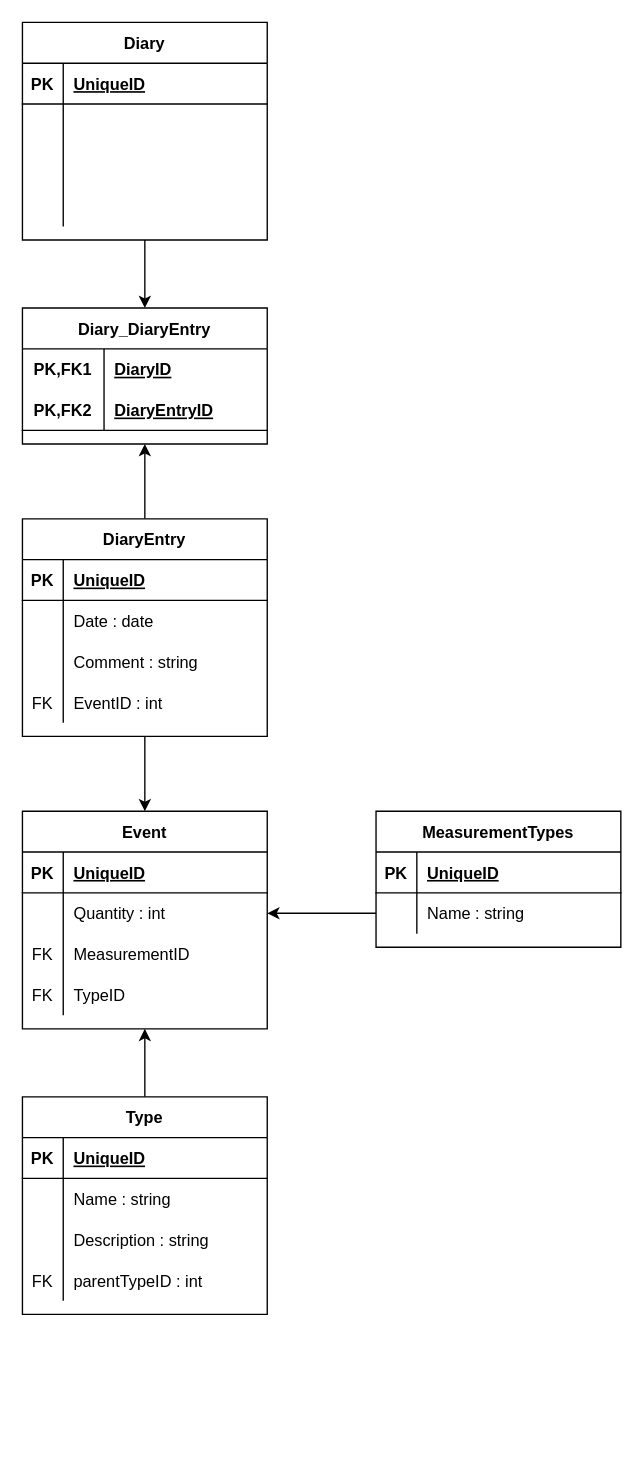
This is Untitled Diagram.drawio from FrauMauz/diagrams, a draw.io file, before an edit. Source tidied: cells renumbered, new cells numbered last; positions are measured from the earlier drawing's top-left corner, leaving out a move shared by most shapes. Both pictures are drawn from the tidied source at 136%, with x=0, y=0 at pixel (22, 22).
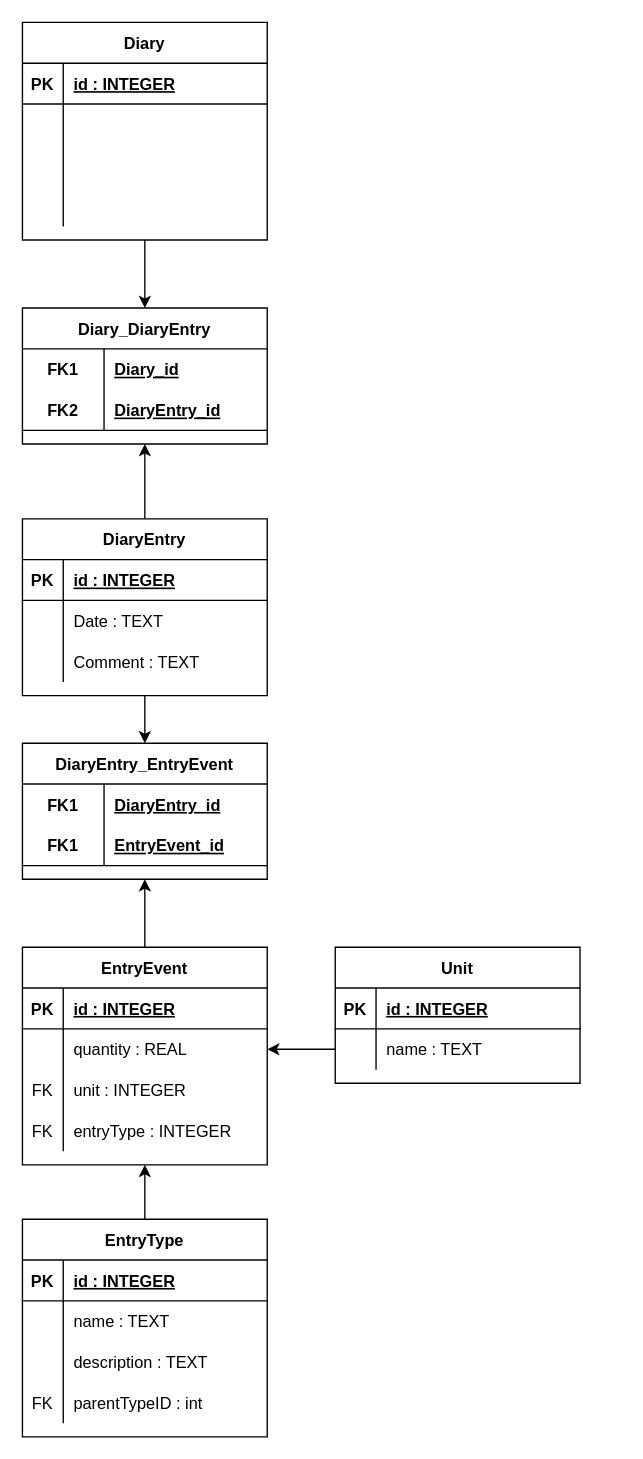
The same diagram, later.

Commit message:
updated names and types

Unchanged cells that the change refers to:
```xml
<mxCell id="4" style="shape=partialRectangle;fillColor=none;top=0;left=0;bottom=1;right=0;" parent="3" vertex="1">
  <mxGeometry y="30" width="180" height="30" as="geometry" />
</mxCell>
<mxCell id="19" style="shape=partialRectangle;fillColor=none;top=0;left=0;bottom=1;right=0;" parent="18" vertex="1">
  <mxGeometry y="30" width="180" height="30" as="geometry" />
</mxCell>
<mxCell id="22" style="shape=partialRectangle;fillColor=none;top=0;left=0;bottom=0;right=0;" parent="18" vertex="1">
  <mxGeometry y="60" width="180" height="30" as="geometry" />
</mxCell>
<mxCell id="25" style="shape=partialRectangle;fillColor=none;top=0;left=0;bottom=0;right=0;" parent="18" vertex="1">
  <mxGeometry y="90" width="180" height="30" as="geometry" />
</mxCell>
<mxCell id="32" style="shape=partialRectangle;fillColor=none;top=0;left=0;bottom=1;right=0;" parent="31" vertex="1">
  <mxGeometry y="30" width="180" height="30" as="geometry" />
</mxCell>
<mxCell id="35" style="shape=partialRectangle;fillColor=none;top=0;left=0;bottom=0;right=0;points=[[0,0.5],[1,0.5]];portConstraint=eastwest;" parent="31" vertex="1">
  <mxGeometry y="60" width="180" height="30" as="geometry" />
</mxCell>
<mxCell id="38" style="shape=partialRectangle;fillColor=none;top=0;left=0;bottom=0;right=0;" parent="31" vertex="1">
  <mxGeometry y="90" width="180" height="30" as="geometry" />
</mxCell>
<mxCell id="41" style="shape=partialRectangle;fillColor=none;top=0;left=0;bottom=0;right=0;" parent="31" vertex="1">
  <mxGeometry y="120" width="180" height="30" as="geometry" />
</mxCell>
<mxCell id="46" style="shape=partialRectangle;fillColor=none;top=0;left=0;bottom=1;right=0;" parent="45" vertex="1">
  <mxGeometry y="30" width="180" height="30" as="geometry" />
</mxCell>
<mxCell id="49" style="shape=partialRectangle;fillColor=none;top=0;left=0;bottom=0;right=0;" parent="45" vertex="1">
  <mxGeometry y="60" width="180" height="30" as="geometry" />
</mxCell>
<mxCell id="52" style="shape=partialRectangle;fillColor=none;top=0;left=0;bottom=0;right=0;" parent="45" vertex="1">
  <mxGeometry y="90" width="180" height="30" as="geometry" />
</mxCell>
<mxCell id="59" style="shape=partialRectangle;fillColor=none;top=0;left=0;bottom=1;right=0;" parent="58" vertex="1">
  <mxGeometry y="30" width="180" height="30" as="geometry" />
</mxCell>
<mxCell id="62" style="shape=partialRectangle;fillColor=none;top=0;left=0;bottom=0;right=0;points=[[0,0.5],[1,0.5]];portConstraint=eastwest;" parent="58" vertex="1">
  <mxGeometry y="60" width="180" height="30" as="geometry" />
</mxCell>
<mxCell id="67" style="shape=partialRectangle;fillColor=none;top=0;left=0;bottom=0;right=0;" parent="66" vertex="1">
  <mxGeometry y="30" width="180" height="30" as="geometry" />
</mxCell>
<mxCell id="70" style="shape=partialRectangle;fillColor=none;top=0;left=0;bottom=1;right=0;" parent="66" vertex="1">
  <mxGeometry y="60" width="180" height="30" as="geometry" />
</mxCell>
```

The edit, as a diff of the source:
```diff
@@
-    <mxCell id="6" value="UniqueID" style="shape=partialRectangle;fillColor=none;top=0;left=0;bottom=0;right=0;align=left;spacingLeft=6;fontStyle=5;overflow=hidden;" parent="4" vertex="1">
+    <mxCell id="6" value="id : INTEGER" style="shape=partialRectangle;fillColor=none;top=0;left=0;bottom=0;right=0;align=left;spacingLeft=6;fontStyle=5;overflow=hidden;" parent="4" vertex="1">
       <mxGeometry x="30" width="150" height="30" as="geometry" />
     </mxCell>
@@
-    <mxCell id="16" style="edgeStyle=orthogonalEdgeStyle;rounded=0;jettySize=auto;html=1;exitX=0.5;exitY=1;exitDx=0;exitDy=0;entryX=0.5;entryY=0;entryDx=0;entryDy=0;" parent="1" edge="1" source="18" target="31">
-      <mxGeometry relative="1" as="geometry" />
-    </mxCell>
@@
+    <mxCell id="73" style="edgeStyle=orthogonalEdgeStyle;rounded=0;jettySize=auto;html=1;exitX=0.5;exitY=1;exitDx=0;exitDy=0;entryX=0.5;entryY=0;entryDx=0;entryDy=0;" parent="1" edge="1" source="18" target="75">
+      <mxGeometry relative="1" as="geometry" />
+    </mxCell>
     <mxCell id="18" value="DiaryEntry" style="shape=table;startSize=30;childLayout=tableLayout;rowLines=0;fontStyle=1;align=center;" parent="1" vertex="1">
-      <mxGeometry y="365" width="180" height="160" as="geometry" />
+      <mxGeometry y="365" width="180" height="130" as="geometry" />
     </mxCell>
@@
-    <mxCell id="21" value="UniqueID" style="shape=partialRectangle;fillColor=none;top=0;left=0;bottom=0;right=0;align=left;spacingLeft=6;fontStyle=5;overflow=hidden;" parent="19" vertex="1">
+    <mxCell id="21" value="id : INTEGER" style="shape=partialRectangle;fillColor=none;top=0;left=0;bottom=0;right=0;align=left;spacingLeft=6;fontStyle=5;overflow=hidden;" parent="19" vertex="1">
       <mxGeometry x="30" width="150" height="30" as="geometry" />
     </mxCell>
@@
-    <mxCell id="24" value="Date : date" style="shape=partialRectangle;fillColor=none;top=0;left=0;bottom=0;right=0;align=left;spacingLeft=6;overflow=hidden;" parent="22" vertex="1">
+    <mxCell id="24" value="Date : TEXT" style="shape=partialRectangle;fillColor=none;top=0;left=0;bottom=0;right=0;align=left;spacingLeft=6;overflow=hidden;" parent="22" vertex="1">
       <mxGeometry x="30" width="150" height="30" as="geometry" />
     </mxCell>
@@
-    <mxCell id="27" value="Comment : string" style="shape=partialRectangle;fillColor=none;top=0;left=0;bottom=0;right=0;align=left;spacingLeft=6;overflow=hidden;" parent="25" vertex="1">
+    <mxCell id="27" value="Comment : TEXT" style="shape=partialRectangle;fillColor=none;top=0;left=0;bottom=0;right=0;align=left;spacingLeft=6;overflow=hidden;" parent="25" vertex="1">
       <mxGeometry x="30" width="150" height="30" as="geometry" />
     </mxCell>
-    <mxCell id="28" style="shape=partialRectangle;fillColor=none;top=0;left=0;bottom=0;right=0;" parent="18" vertex="1">
-      <mxGeometry y="120" width="180" height="30" as="geometry" />
-    </mxCell>
-    <mxCell id="29" value="FK" style="shape=partialRectangle;fillColor=none;top=0;left=0;bottom=0;right=0;overflow=hidden;" parent="28" vertex="1">
-      <mxGeometry width="30" height="30" as="geometry" />
-    </mxCell>
-    <mxCell id="30" value="EventID : int" style="shape=partialRectangle;fillColor=none;top=0;left=0;bottom=0;right=0;align=left;spacingLeft=6;overflow=hidden;" parent="28" vertex="1">
-      <mxGeometry x="30" width="150" height="30" as="geometry" />
-    </mxCell>
+    <mxCell id="74" style="edgeStyle=orthogonalEdgeStyle;rounded=0;jettySize=auto;html=1;exitX=0.5;exitY=0;exitDx=0;exitDy=0;entryX=0.5;entryY=1;entryDx=0;entryDy=0;" parent="1" edge="1" source="31" target="75">
+      <mxGeometry relative="1" as="geometry" />
+    </mxCell>
-    <mxCell id="31" value="Event" style="shape=table;startSize=30;childLayout=tableLayout;rowLines=0;fontStyle=1;align=center;" parent="1" vertex="1">
-      <mxGeometry y="580" width="180" height="160" as="geometry" />
+    <mxCell id="31" value="EntryEvent" style="shape=table;startSize=30;childLayout=tableLayout;rowLines=0;fontStyle=1;align=center;" parent="1" vertex="1">
+      <mxGeometry y="680" width="180" height="160" as="geometry" />
     </mxCell>
@@
-    <mxCell id="34" value="UniqueID" style="shape=partialRectangle;fillColor=none;top=0;left=0;bottom=0;right=0;align=left;spacingLeft=6;fontStyle=5;overflow=hidden;" parent="32" vertex="1">
+    <mxCell id="34" value="id : INTEGER" style="shape=partialRectangle;fillColor=none;top=0;left=0;bottom=0;right=0;align=left;spacingLeft=6;fontStyle=5;overflow=hidden;" parent="32" vertex="1">
       <mxGeometry x="30" width="150" height="30" as="geometry" />
     </mxCell>
@@
-    <mxCell id="37" value="Quantity : int" style="shape=partialRectangle;fillColor=none;top=0;left=0;bottom=0;right=0;align=left;spacingLeft=6;overflow=hidden;" parent="35" vertex="1">
+    <mxCell id="37" value="quantity : REAL" style="shape=partialRectangle;fillColor=none;top=0;left=0;bottom=0;right=0;align=left;spacingLeft=6;overflow=hidden;" parent="35" vertex="1">
       <mxGeometry x="30" width="150" height="30" as="geometry" />
     </mxCell>
@@
-    <mxCell id="40" value="MeasurementID" style="shape=partialRectangle;fillColor=none;top=0;left=0;bottom=0;right=0;align=left;spacingLeft=6;overflow=hidden;" parent="38" vertex="1">
+    <mxCell id="40" value="unit : INTEGER" style="shape=partialRectangle;fillColor=none;top=0;left=0;bottom=0;right=0;align=left;spacingLeft=6;overflow=hidden;" parent="38" vertex="1">
       <mxGeometry x="30" width="150" height="30" as="geometry" />
     </mxCell>
@@
-    <mxCell id="43" value="TypeID" style="shape=partialRectangle;fillColor=none;top=0;left=0;bottom=0;right=0;align=left;spacingLeft=6;overflow=hidden;" parent="41" vertex="1">
+    <mxCell id="43" value="entryType : INTEGER" style="shape=partialRectangle;fillColor=none;top=0;left=0;bottom=0;right=0;align=left;spacingLeft=6;overflow=hidden;" parent="41" vertex="1">
       <mxGeometry x="30" width="150" height="30" as="geometry" />
     </mxCell>
@@
-    <mxCell id="45" value="Type" style="shape=table;startSize=30;childLayout=tableLayout;rowLines=0;fontStyle=1;align=center;" parent="1" vertex="1">
-      <mxGeometry y="790" width="180" height="160" as="geometry" />
+    <mxCell id="45" value="EntryType" style="shape=table;startSize=30;childLayout=tableLayout;rowLines=0;fontStyle=1;align=center;" parent="1" vertex="1">
+      <mxGeometry y="880" width="180" height="160" as="geometry" />
     </mxCell>
@@
-    <mxCell id="48" value="UniqueID" style="shape=partialRectangle;fillColor=none;top=0;left=0;bottom=0;right=0;align=left;spacingLeft=6;fontStyle=5;overflow=hidden;" parent="46" vertex="1">
+    <mxCell id="48" value="id : INTEGER" style="shape=partialRectangle;fillColor=none;top=0;left=0;bottom=0;right=0;align=left;spacingLeft=6;fontStyle=5;overflow=hidden;" parent="46" vertex="1">
       <mxGeometry x="30" width="150" height="30" as="geometry" />
     </mxCell>
@@
-    <mxCell id="51" value="Name : string" style="shape=partialRectangle;fillColor=none;top=0;left=0;bottom=0;right=0;align=left;spacingLeft=6;overflow=hidden;" parent="49" vertex="1">
+    <mxCell id="51" value="name : TEXT" style="shape=partialRectangle;fillColor=none;top=0;left=0;bottom=0;right=0;align=left;spacingLeft=6;overflow=hidden;" parent="49" vertex="1">
       <mxGeometry x="30" width="150" height="30" as="geometry" />
     </mxCell>
@@
-    <mxCell id="54" value="Description : string" style="shape=partialRectangle;fillColor=none;top=0;left=0;bottom=0;right=0;align=left;spacingLeft=6;overflow=hidden;" parent="52" vertex="1">
+    <mxCell id="54" value="description : TEXT" style="shape=partialRectangle;fillColor=none;top=0;left=0;bottom=0;right=0;align=left;spacingLeft=6;overflow=hidden;" parent="52" vertex="1">
       <mxGeometry x="30" width="150" height="30" as="geometry" />
     </mxCell>
@@
-    <mxCell id="58" value="MeasurementTypes" style="shape=table;startSize=30;childLayout=tableLayout;rowLines=0;fontStyle=1;align=center;" parent="1" vertex="1">
-      <mxGeometry x="260" y="580" width="180" height="100" as="geometry" />
+    <mxCell id="58" value="Unit" style="shape=table;startSize=30;childLayout=tableLayout;rowLines=0;fontStyle=1;align=center;" parent="1" vertex="1">
+      <mxGeometry x="230" y="680" width="180" height="100" as="geometry" />
     </mxCell>
@@
-    <mxCell id="61" value="UniqueID" style="shape=partialRectangle;fillColor=none;top=0;left=0;bottom=0;right=0;align=left;spacingLeft=6;fontStyle=5;overflow=hidden;" parent="59" vertex="1">
+    <mxCell id="61" value="id : INTEGER" style="shape=partialRectangle;fillColor=none;top=0;left=0;bottom=0;right=0;align=left;spacingLeft=6;fontStyle=5;overflow=hidden;" parent="59" vertex="1">
       <mxGeometry x="30" width="150" height="30" as="geometry" />
     </mxCell>
@@
-    <mxCell id="64" value="Name : string" style="shape=partialRectangle;fillColor=none;top=0;left=0;bottom=0;right=0;align=left;spacingLeft=6;overflow=hidden;" parent="62" vertex="1">
+    <mxCell id="64" value="name : TEXT" style="shape=partialRectangle;fillColor=none;top=0;left=0;bottom=0;right=0;align=left;spacingLeft=6;overflow=hidden;" parent="62" vertex="1">
       <mxGeometry x="30" width="150" height="30" as="geometry" />
     </mxCell>
@@
-    <mxCell id="68" value="PK,FK1" style="shape=partialRectangle;fillColor=none;top=0;left=0;bottom=0;right=0;fontStyle=1;overflow=hidden;" parent="67" vertex="1">
+    <mxCell id="68" value="FK1" style="shape=partialRectangle;fillColor=none;top=0;left=0;bottom=0;right=0;fontStyle=1;overflow=hidden;" parent="67" vertex="1">
       <mxGeometry width="60" height="30" as="geometry" />
     </mxCell>
-    <mxCell id="69" value="DiaryID" style="shape=partialRectangle;fillColor=none;top=0;left=0;bottom=0;right=0;align=left;spacingLeft=6;fontStyle=5;overflow=hidden;" parent="67" vertex="1">
+    <mxCell id="69" value="Diary_id" style="shape=partialRectangle;fillColor=none;top=0;left=0;bottom=0;right=0;align=left;spacingLeft=6;fontStyle=5;overflow=hidden;" parent="67" vertex="1">
       <mxGeometry x="60" width="120" height="30" as="geometry" />
     </mxCell>
@@
-    <mxCell id="71" value="PK,FK2" style="shape=partialRectangle;fillColor=none;top=0;left=0;bottom=0;right=0;fontStyle=1;overflow=hidden;" parent="70" vertex="1">
+    <mxCell id="71" value="FK2" style="shape=partialRectangle;fillColor=none;top=0;left=0;bottom=0;right=0;fontStyle=1;overflow=hidden;" parent="70" vertex="1">
       <mxGeometry width="60" height="30" as="geometry" />
     </mxCell>
-    <mxCell id="72" value="DiaryEntryID" style="shape=partialRectangle;fillColor=none;top=0;left=0;bottom=0;right=0;align=left;spacingLeft=6;fontStyle=5;overflow=hidden;" parent="70" vertex="1">
+    <mxCell id="72" value="DiaryEntry_id" style="shape=partialRectangle;fillColor=none;top=0;left=0;bottom=0;right=0;align=left;spacingLeft=6;fontStyle=5;overflow=hidden;" parent="70" vertex="1">
       <mxGeometry x="60" width="120" height="30" as="geometry" />
     </mxCell>
+    <mxCell id="75" value="DiaryEntry_EntryEvent" style="shape=table;startSize=30;childLayout=tableLayout;rowLines=0;fontStyle=1;align=center;" parent="1" vertex="1">
+      <mxGeometry y="530" width="180" height="100" as="geometry" />
+    </mxCell>
+    <mxCell id="76" style="shape=partialRectangle;fillColor=none;top=0;left=0;bottom=0;right=0;" parent="75" vertex="1">
+      <mxGeometry y="30" width="180" height="30" as="geometry" />
+    </mxCell>
+    <mxCell id="77" value="FK1" style="shape=partialRectangle;fillColor=none;top=0;left=0;bottom=0;right=0;fontStyle=1;overflow=hidden;" parent="76" vertex="1">
+      <mxGeometry width="60" height="30" as="geometry" />
+    </mxCell>
+    <mxCell id="78" value="DiaryEntry_id" style="shape=partialRectangle;fillColor=none;top=0;left=0;bottom=0;right=0;align=left;spacingLeft=6;fontStyle=5;overflow=hidden;" parent="76" vertex="1">
+      <mxGeometry x="60" width="120" height="30" as="geometry" />
+    </mxCell>
+    <mxCell id="79" style="shape=partialRectangle;fillColor=none;top=0;left=0;bottom=1;right=0;" parent="75" vertex="1">
+      <mxGeometry y="60" width="180" height="30" as="geometry" />
+    </mxCell>
+    <mxCell id="80" value="FK1" style="shape=partialRectangle;fillColor=none;top=0;left=0;bottom=0;right=0;fontStyle=1;overflow=hidden;" parent="79" vertex="1">
+      <mxGeometry width="60" height="30" as="geometry" />
+    </mxCell>
+    <mxCell id="81" value="EntryEvent_id" style="shape=partialRectangle;fillColor=none;top=0;left=0;bottom=0;right=0;align=left;spacingLeft=6;fontStyle=5;overflow=hidden;" parent="79" vertex="1">
+      <mxGeometry x="60" width="120" height="30" as="geometry" />
+    </mxCell>
```
